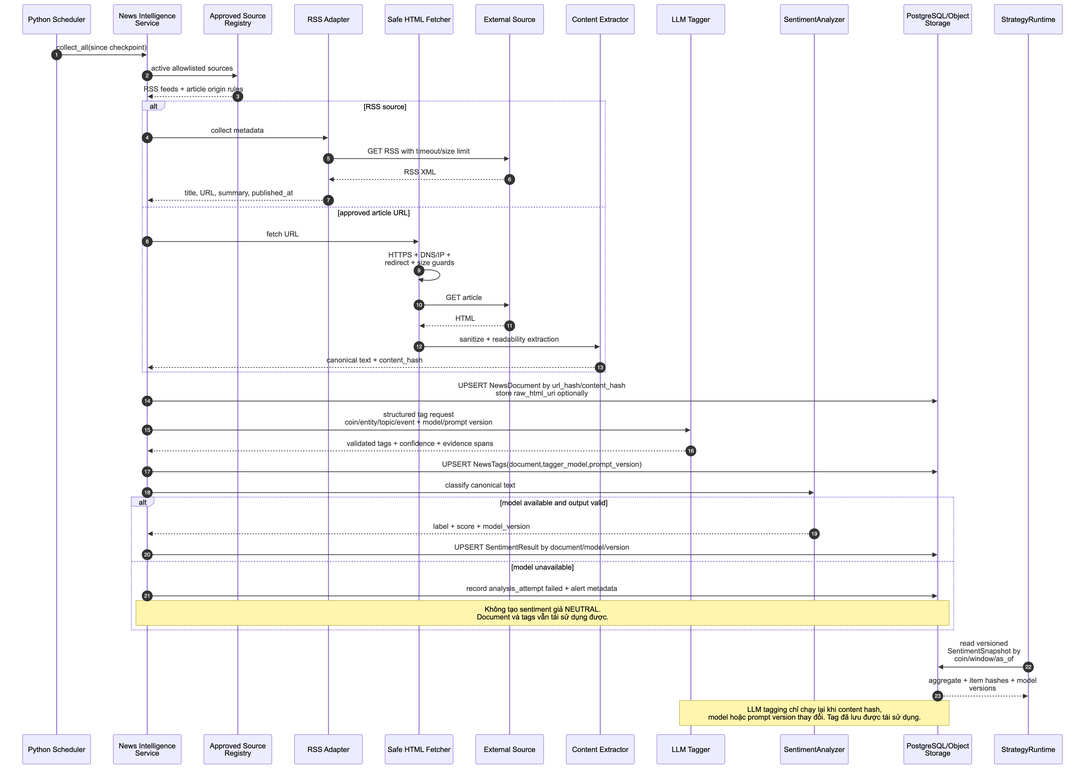
Earlier version of the Mermaid export blueprint/assets/diagrams-png/13-news-html-llm-pipeline.png (EnsoTech-Studio/CryptoBot). Its source is kept beside it as blueprint/assets/diagrams/13-news-html-llm-pipeline.mmd.
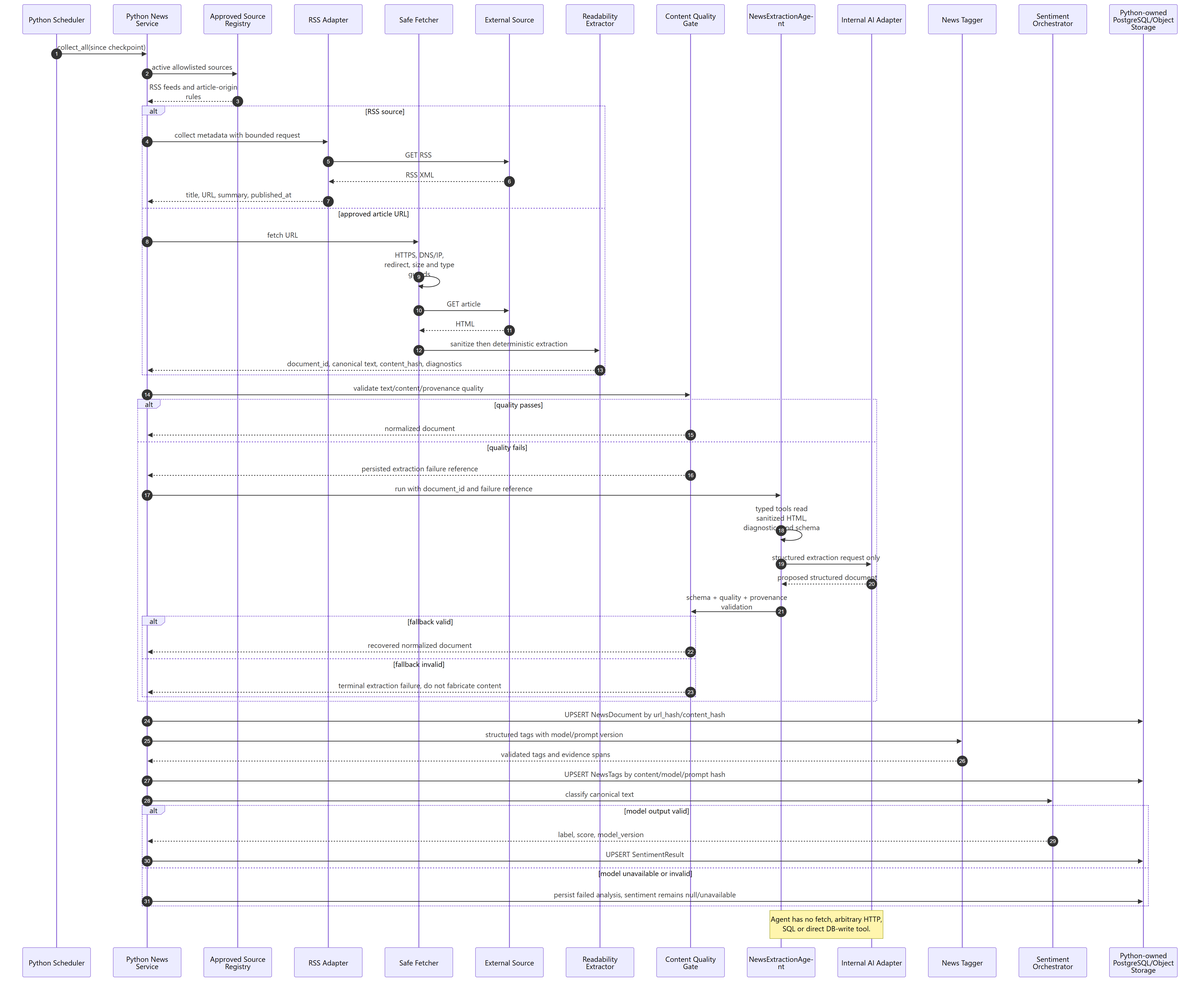
Later version of the same file.

The edit, as a diff of the source:
```diff
@@ -1,50 +1,64 @@
 sequenceDiagram
     autonumber
     participant SCH as Python Scheduler
-    participant NC as News Intelligence Service
+    participant NC as Python News Service
     participant CFG as Approved Source Registry
     participant RSS as RSS Adapter
-    participant WEB as Safe HTML Fetcher
+    participant FETCH as Safe Fetcher
     participant EXT as External Source
-    participant EXTCT as Content Extractor
-    participant TAG as LLM Tagger
-    participant SENT as SentimentAnalyzer
-    participant DB as PostgreSQL/Object Storage
-    participant STR as StrategyRuntime
+    participant READ as Readability Extractor
+    participant GATE as Content Quality Gate
+    participant AGT as NewsExtractionAgent
+    participant AI as Internal AI Adapter
+    participant TAG as News Tagger
+    participant SENT as Sentiment Orchestrator
+    participant DB as Python-owned PostgreSQL/Object Storage
 
     SCH->>NC: collect_all(since checkpoint)
     NC->>CFG: active allowlisted sources
-    CFG-->>NC: RSS feeds + article origin rules
+    CFG-->>NC: RSS feeds and article-origin rules
 
     alt RSS source
-        NC->>RSS: collect metadata
-        RSS->>EXT: GET RSS with timeout/size limit
+        NC->>RSS: collect metadata with bounded request
+        RSS->>EXT: GET RSS
         EXT-->>RSS: RSS XML
         RSS-->>NC: title, URL, summary, published_at
     else approved article URL
-        NC->>WEB: fetch URL
-        WEB->>WEB: HTTPS + DNS/IP + redirect + size guards
-        WEB->>EXT: GET article
-        EXT-->>WEB: HTML
-        WEB->>EXTCT: sanitize + readability extraction
-        EXTCT-->>NC: canonical text + content_hash
+        NC->>FETCH: fetch URL
+        FETCH->>FETCH: HTTPS, DNS/IP, redirect, size and type guards
+        FETCH->>EXT: GET article
+        EXT-->>FETCH: HTML
+        FETCH->>READ: sanitize then deterministic extraction
+        READ-->>NC: document_id, canonical text, content_hash, diagnostics
     end
 
-    NC->>DB: UPSERT NewsDocument by url_hash/content_hash<br/>store raw_html_uri optionally
-    NC->>TAG: structured tag request<br/>coin/entity/topic/event + model/prompt version
-    TAG-->>NC: validated tags + confidence + evidence spans
-    NC->>DB: UPSERT NewsTags(document,tagger_model,prompt_version)
-
-    NC->>SENT: classify canonical text
-    alt model available and output valid
-        SENT-->>NC: label + score + model_version
-        NC->>DB: UPSERT SentimentResult by document/model/version
-    else model unavailable
-        NC->>DB: record analysis_attempt failed + alert metadata
-        Note over NC,DB: Không tạo sentiment giả NEUTRAL.<br/>Document và tags vẫn tái sử dụng được.
+    NC->>GATE: validate text/content/provenance quality
+    alt quality passes
+        GATE-->>NC: normalized document
+    else quality fails
+        GATE-->>NC: persisted extraction failure reference
+        NC->>AGT: run with document_id and failure reference
+        AGT->>AGT: typed tools read sanitized HTML, diagnostics and schema
+        AGT->>AI: structured extraction request only
+        AI-->>AGT: proposed structured document
+        AGT->>GATE: schema + quality + provenance validation
+        alt fallback valid
+            GATE-->>NC: recovered normalized document
+        else fallback invalid
+            GATE-->>NC: terminal extraction failure, do not fabricate content
+        end
     end
 
-    STR->>DB: read versioned SentimentSnapshot by coin/window/as_of
-    DB-->>STR: aggregate + item hashes + model versions
+    NC->>DB: UPSERT NewsDocument by url_hash/content_hash
+    NC->>TAG: structured tags with model/prompt version
+    TAG-->>NC: validated tags and evidence spans
+    NC->>DB: UPSERT NewsTags by content/model/prompt hash
+    NC->>SENT: classify canonical text
+    alt model output valid
+        SENT-->>NC: label, score, model_version
+        NC->>DB: UPSERT SentimentResult
+    else model unavailable or invalid
+        NC->>DB: persist failed analysis, sentiment remains null/unavailable
+    end
 
-    Note over TAG,DB: LLM tagging chỉ chạy lại khi content hash,<br/>model hoặc prompt version thay đổi. Tag đã lưu được tái sử dụng.
+    Note over AGT,AI: Agent has no fetch, arbitrary HTTP, SQL or direct DB-write tool.
```
